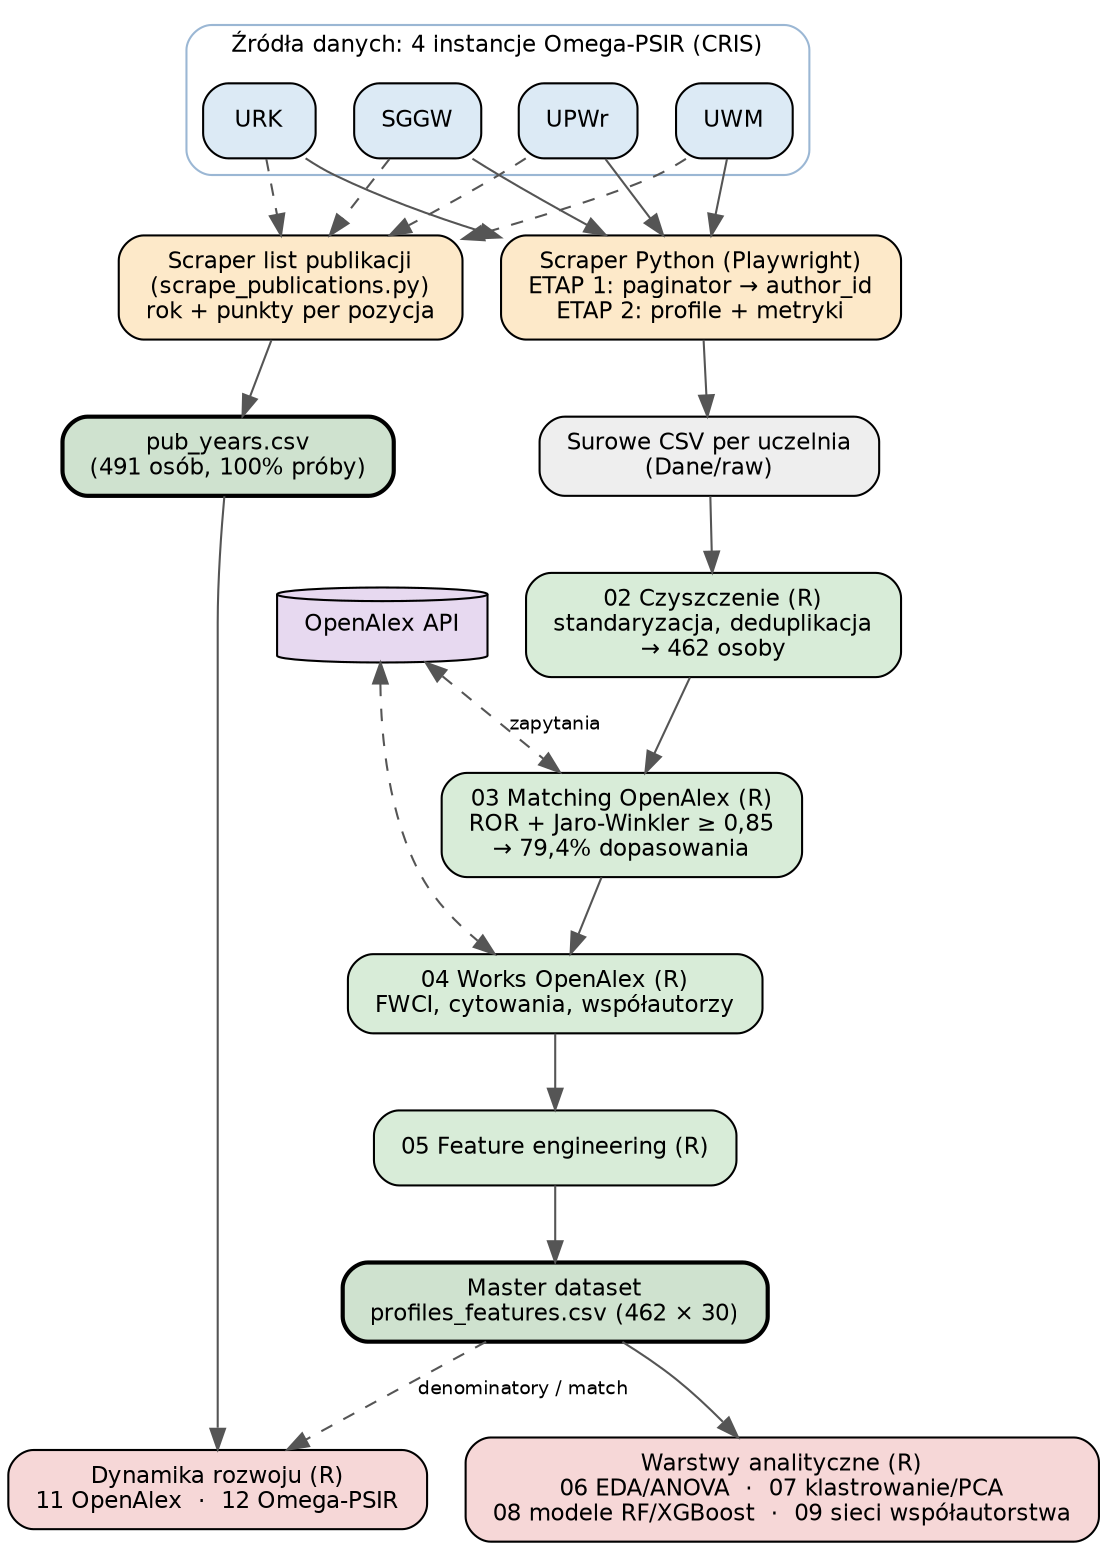
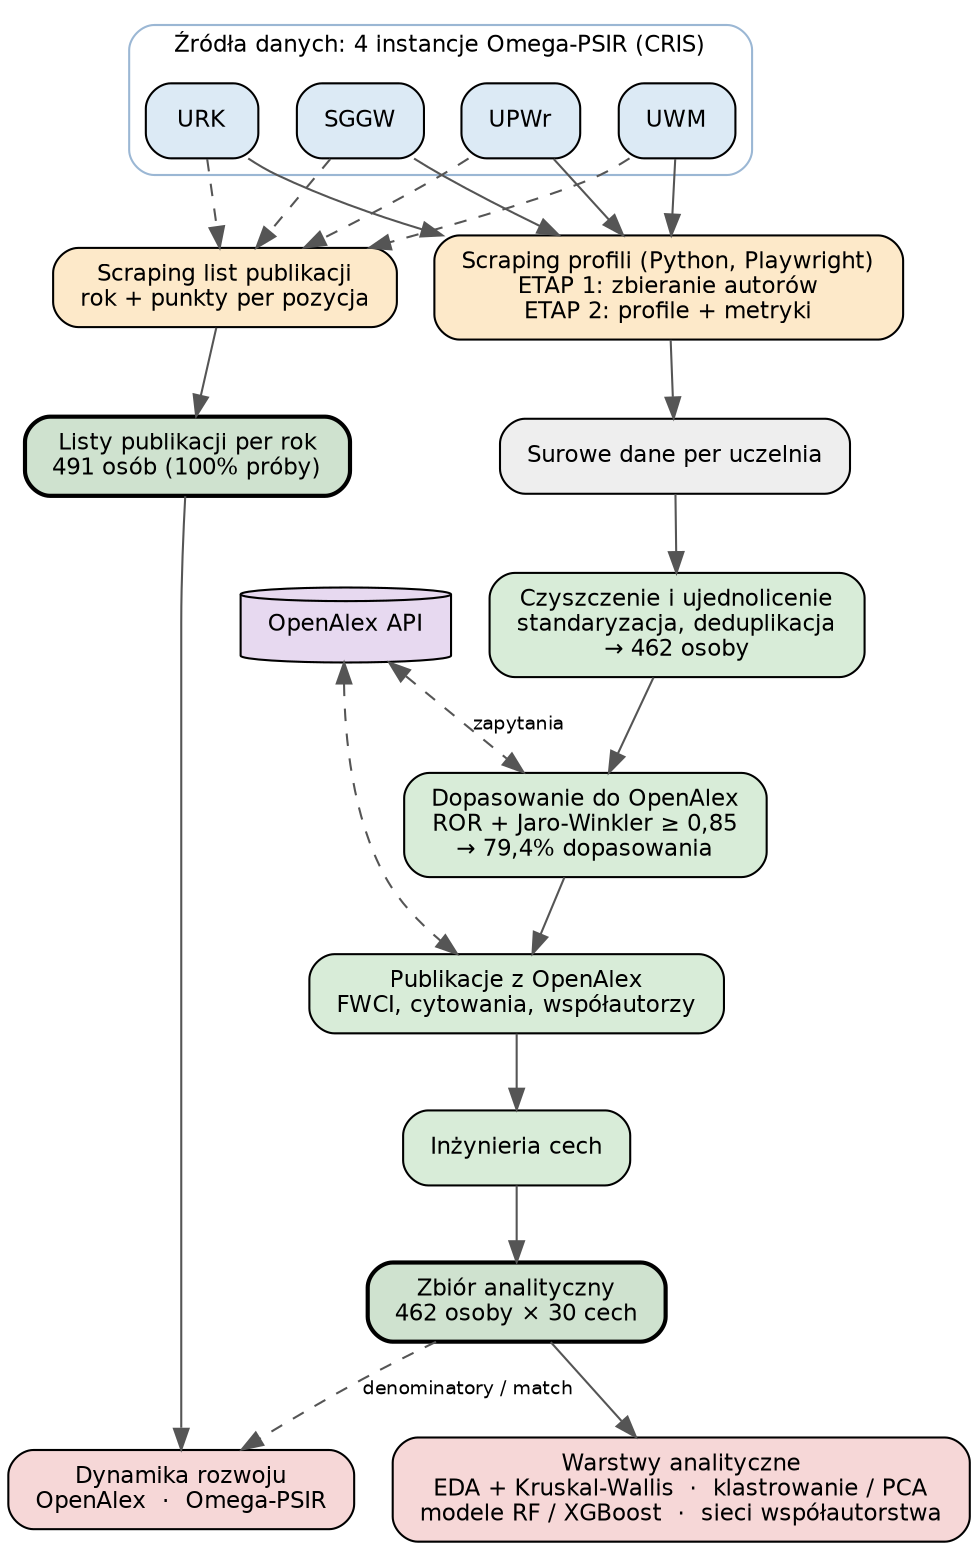
// Schemat przepływu danych pracy. Render: dot -Tpng pipeline.dot -o fig_00_pipeline.png
+ // (dpi=300 wpisane nizej, wiec render daje wysoka rozdzielczosc bez flagi -Gdpi)
digraph pipeline {
+   graph [dpi=300];
  rankdir=TB;
  bgcolor="white";
  node [shape=box, style="rounded,filled", fontname="DejaVu Sans", fontsize=11, margin="0.18,0.10"];
  edge [fontname="DejaVu Sans", fontsize=9, color="#555555"];

  // --- Źródła CRIS ---
  subgraph cluster_src {
    label="Źródła danych: 4 instancje Omega-PSIR (CRIS)";
    labelloc="t"; fontname="DejaVu Sans"; fontsize=11; color="#9bb7d4"; style="rounded";
    UPWR [label="UPWr", fillcolor="#dceaf5"];
    SGGW [label="SGGW", fillcolor="#dceaf5"];
    URK  [label="URK",  fillcolor="#dceaf5"];
    UWM  [label="UWM",  fillcolor="#dceaf5"];
  }

  // --- Scraping Python ---
-   SCRAPE [label="Scraper Python (Playwright)\nETAP 1: paginator → author_id\nETAP 2: profile + metryki", fillcolor="#fde9c9"];
-   PUBS   [label="Scraper list publikacji\n(scrape_publications.py)\nrok + punkty per pozycja", fillcolor="#fde9c9"];
+   SCRAPE [label="Scraping profili (Python, Playwright)\nETAP 1: zbieranie autorów\nETAP 2: profile + metryki", fillcolor="#fde9c9"];
+   PUBS   [label="Scraping list publikacji\nrok + punkty per pozycja", fillcolor="#fde9c9"];

-   RAW [label="Surowe CSV per uczelnia\n(Dane/raw)", fillcolor="#eeeeee"];
+   RAW [label="Surowe dane per uczelnia", fillcolor="#eeeeee"];

  // --- Pipeline R ---
-   CLEAN [label="02 Czyszczenie (R)\nstandaryzacja, deduplikacja\n→ 462 osoby", fillcolor="#d8ecd8"];
-   MATCH [label="03 Matching OpenAlex (R)\nROR + Jaro-Winkler ≥ 0,85\n→ 79,4% dopasowania", fillcolor="#d8ecd8"];
-   WORKS [label="04 Works OpenAlex (R)\nFWCI, cytowania, współautorzy", fillcolor="#d8ecd8"];
-   FEAT  [label="05 Feature engineering (R)", fillcolor="#d8ecd8"];
+   CLEAN [label="Czyszczenie i ujednolicenie\nstandaryzacja, deduplikacja\n→ 462 osoby", fillcolor="#d8ecd8"];
+   MATCH [label="Dopasowanie do OpenAlex\nROR + Jaro-Winkler ≥ 0,85\n→ 79,4% dopasowania", fillcolor="#d8ecd8"];
+   WORKS [label="Publikacje z OpenAlex\nFWCI, cytowania, współautorzy", fillcolor="#d8ecd8"];
+   FEAT  [label="Inżynieria cech", fillcolor="#d8ecd8"];

  OA [label="OpenAlex API", shape=cylinder, fillcolor="#e7d9f0"];

-   MASTER [label="Master dataset\nprofiles_features.csv (462 × 30)", fillcolor="#cfe2cf", penwidth=2];
-   PUBYEARS [label="pub_years.csv\n(491 osób, 100% próby)", fillcolor="#cfe2cf", penwidth=2];
+   MASTER [label="Zbiór analityczny\n462 osoby × 30 cech", fillcolor="#cfe2cf", penwidth=2];
+   PUBYEARS [label="Listy publikacji per rok\n491 osób (100% próby)", fillcolor="#cfe2cf", penwidth=2];

  // --- Warstwy analityczne ---
-   ANALYS [label="Warstwy analityczne (R)\n06 EDA/ANOVA  ·  07 klastrowanie/PCA\n08 modele RF/XGBoost  ·  09 sieci współautorstwa", fillcolor="#f6d7d7"];
-   DYN [label="Dynamika rozwoju (R)\n11 OpenAlex  ·  12 Omega-PSIR", fillcolor="#f6d7d7"];
+   ANALYS [label="Warstwy analityczne\nEDA + Kruskal-Wallis  ·  klastrowanie / PCA\nmodele RF / XGBoost  ·  sieci współautorstwa", fillcolor="#f6d7d7"];
+   DYN [label="Dynamika rozwoju\nOpenAlex  ·  Omega-PSIR", fillcolor="#f6d7d7"];

  // --- Krawędzie ---
  UPWR -> SCRAPE; SGGW -> SCRAPE; URK -> SCRAPE; UWM -> SCRAPE;
  UPWR -> PUBS [style=dashed]; SGGW -> PUBS [style=dashed]; URK -> PUBS [style=dashed]; UWM -> PUBS [style=dashed];

  SCRAPE -> RAW -> CLEAN -> MATCH -> WORKS -> FEAT -> MASTER;
  OA -> MATCH [dir=both, style=dashed, label="zapytania"];
  OA -> WORKS [dir=both, style=dashed];
  MASTER -> ANALYS;

  PUBS -> PUBYEARS -> DYN;
  MASTER -> DYN [style=dashed, label="denominatory / match"];
}
